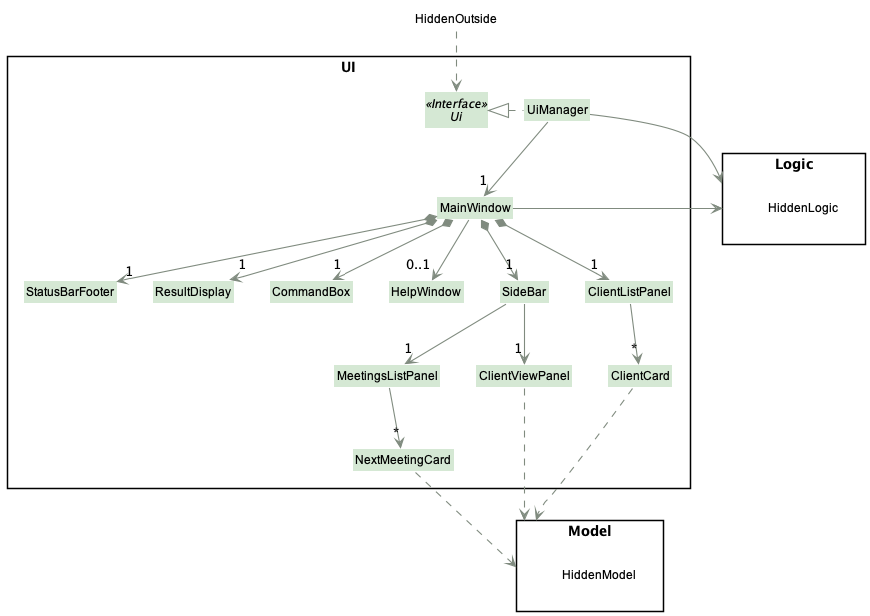
Above: docs/images/UiClassDiagram.png in nus-cs2103-AY2122S1/tp (PlantUML), before the change.
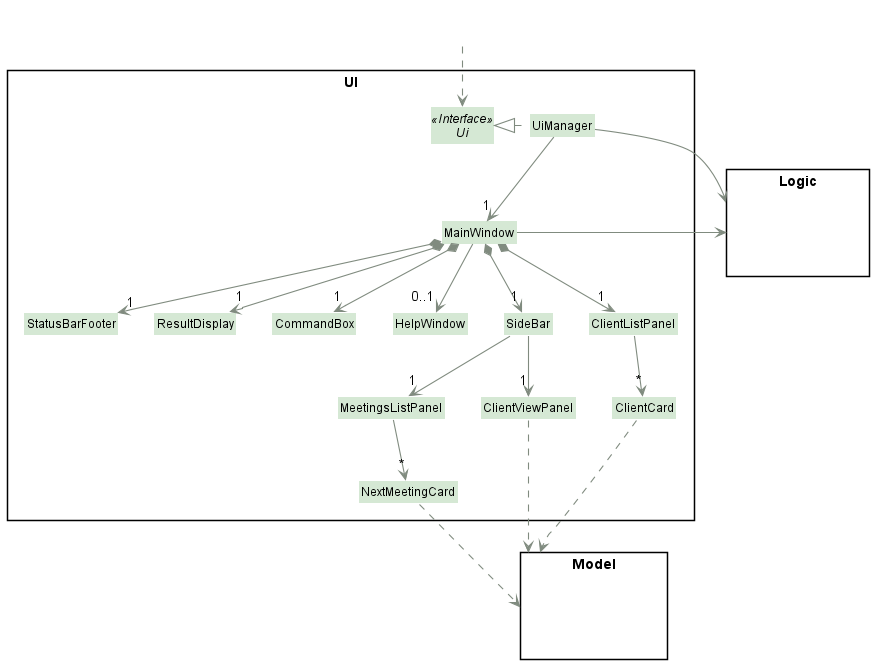
The same diagram one commit later.

Commit message:
Fix HiddenOutside issue

What changed in the source:
```diff
@@ -21,14 +21,14 @@
 }
 
 package Model <<Rectangle>> {
-Class HiddenModel #FFFFFF
+Class HiddenModel<<Hidden>> #FFFFFF
 }
 
 package Logic <<Rectangle>> {
-Class HiddenLogic #FFFFFF
+Class HiddenLogic<<Hidden>> #FFFFFF
 }
 
-Class HiddenOutside #FFFFFF
+Class HiddenOutside<<Hidden>> #FFFFFF
 HiddenOutside ..> Ui
 
 UiManager .left.|> Ui
```
